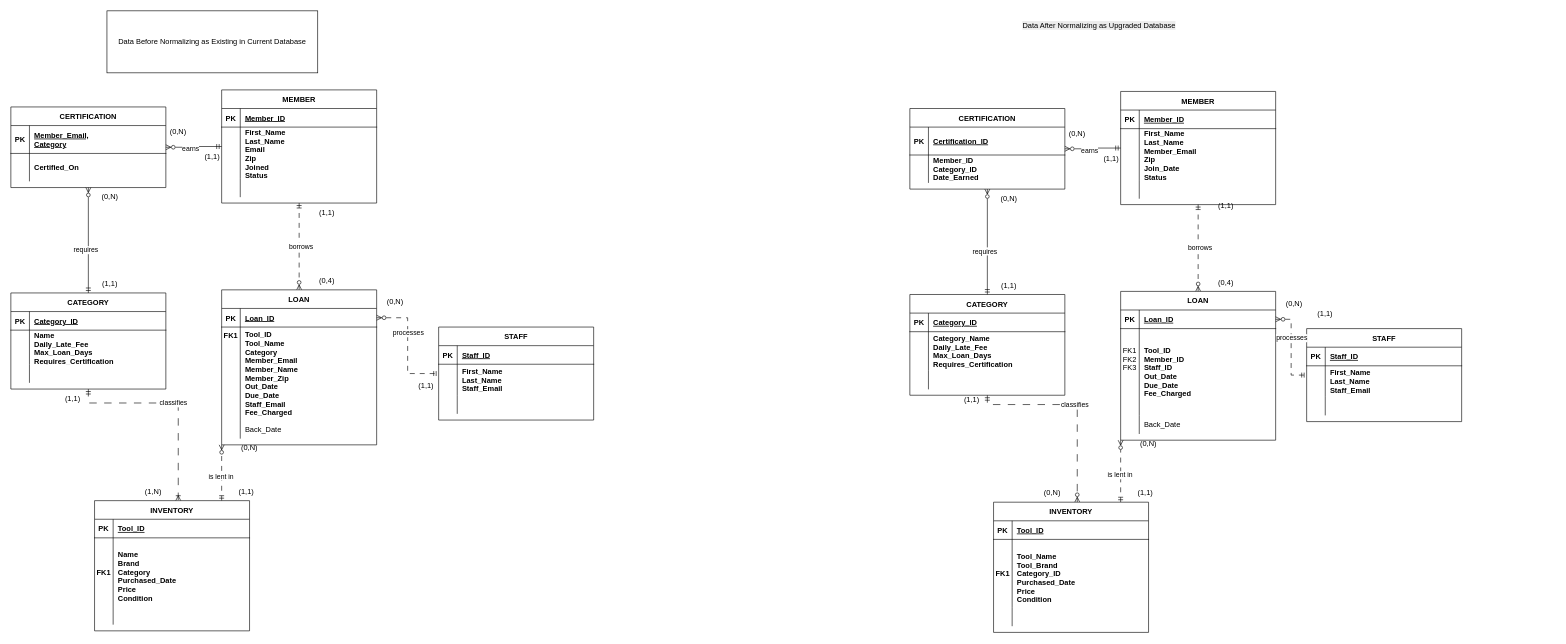
This is er_diagram.drawio from VersatileVariable/DatabaseManagementSystemsProject, a draw.io file, before an edit. Source tidied: cells renumbered, new cells numbered last; positions are measured from the earlier drawing's top-left corner, leaving out a move shared by most shapes. Both pictures are drawn from the tidied source at 62%, with x=0, y=0 at pixel (11, 11).
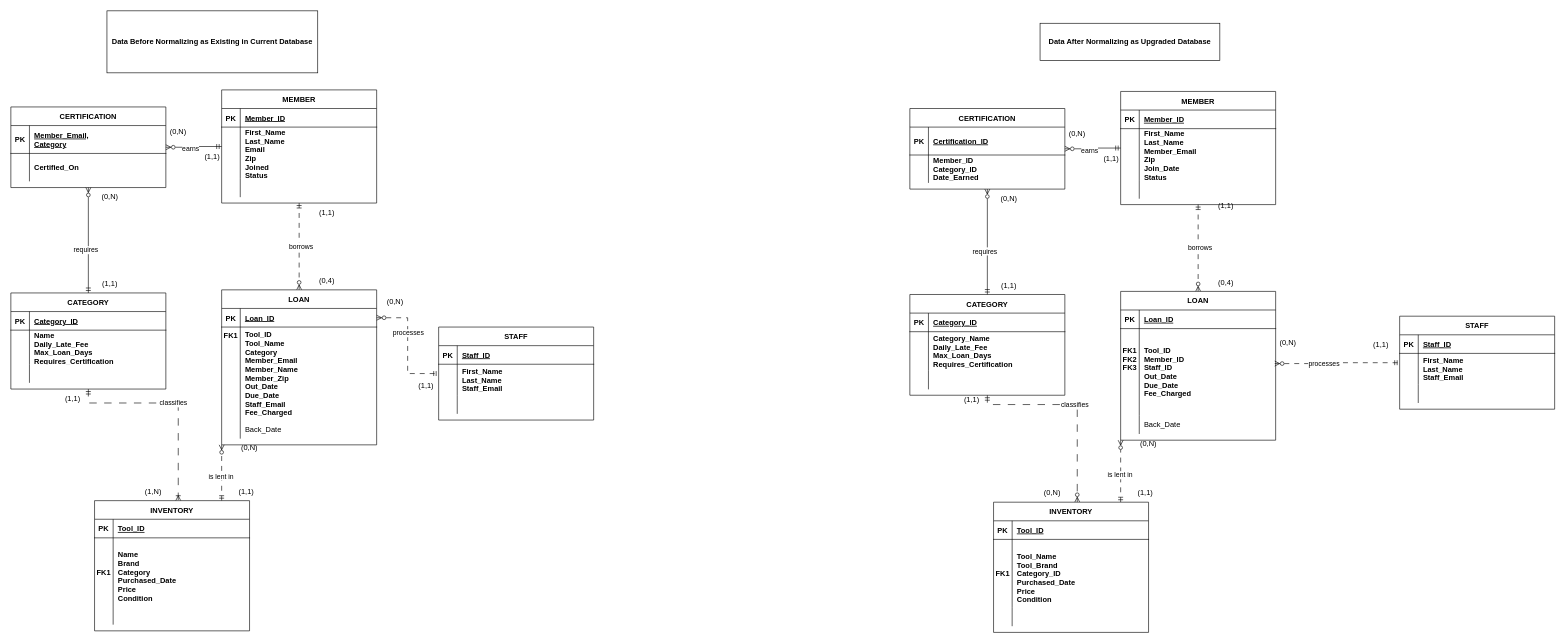
Above is the later version.

Unchanged cells that the change refers to:
```xml
<mxCell id="117" style="shape=partialRectangle;fillColor=none;points=[[0,0.5],[1,0.5]];portConstraint=eastwest;top=0;left=0;right=0;bottom=1;" parent="116" vertex="1">
  <mxGeometry y="30" width="250" height="30" as="geometry" />
</mxCell>
<mxCell id="120" style="shape=partialRectangle;fillColor=none;points=[[0,0.5],[1,0.5]];portConstraint=eastwest;top=0;left=0;right=0;bottom=0;" parent="116" vertex="1">
  <mxGeometry y="60" width="250" height="140" as="geometry" />
</mxCell>
```

What changed in the source:
```diff
@@
-    <mxCell id="121" value="FK1&#10;FK2&#10;FK3&#10;&#10;&#10;" style="shape=partialRectangle;overflow=hidden;fillColor=none;top=0;left=0;bottom=0;right=0;" parent="120" vertex="1">
+    <mxCell id="121" value="FK1&#10;FK2&#10;FK3&#10;&#10;&#10;" style="shape=partialRectangle;overflow=hidden;fillColor=none;top=0;left=0;bottom=0;right=0;fontStyle=1;" parent="120" vertex="1">
       <mxGeometry width="30" height="140" as="geometry" />
     </mxCell>
@@
     <mxCell id="138" value="STAFF" style="shape=table;startSize=30;childLayout=tableLayout;rowLines=0;fontStyle=1;align=center;" parent="1" vertex="1">
-      <mxGeometry x="2090" y="512.5" width="250" height="150" as="geometry" />
+      <mxGeometry x="2240" y="492.5" width="250" height="150" as="geometry" />
     </mxCell>
@@
-    <mxCell id="150" style="edgeStyle=orthogonalEdgeStyle;rounded=0;jettySize=auto;html=1;endArrow=ERmandOne;endFill=0;startArrow=ERzeroToMany;startFill=0;dashed=1;dashPattern=8 8;" parent="1" edge="1" source="117" target="138">
+    <mxCell id="150" style="edgeStyle=orthogonalEdgeStyle;rounded=0;jettySize=auto;html=1;endArrow=ERmandOne;endFill=0;startArrow=ERzeroToMany;startFill=0;dashed=1;dashPattern=8 8;exitX=0.994;exitY=0.403;exitDx=0;exitDy=0;exitPerimeter=0;" parent="1" edge="1" source="120" target="138">
       <mxGeometry relative="1" as="geometry" />
     </mxCell>
@@
     <mxCell id="154" value="(1,1)" style="text;html=1;whiteSpace=wrap;strokeColor=none;fillColor=none;align=center;verticalAlign=middle;rounded=0;" parent="1" vertex="1">
-      <mxGeometry x="2090" y="472.5" width="60" height="30" as="geometry" />
+      <mxGeometry x="2180" y="523.8" width="60" height="30" as="geometry" />
     </mxCell>
@@
     <mxCell id="158" value="(0,N)" style="text;html=1;whiteSpace=wrap;strokeColor=none;fillColor=none;align=center;verticalAlign=middle;rounded=0;" parent="1" vertex="1">
-      <mxGeometry x="2040" y="456.5" width="60" height="30" as="geometry" />
+      <mxGeometry x="2030" y="520" width="60" height="30" as="geometry" />
     </mxCell>
@@
-    <mxCell id="164" value="Data Before Normalizing as Existing in Current Database" style="rounded=0;whiteSpace=wrap;html=1;" parent="1" vertex="1">
+    <mxCell id="164" value="Data Before Normalizing as Existing in Current Database" style="rounded=0;whiteSpace=wrap;html=1;fontStyle=1;" parent="1" vertex="1">
       <mxGeometry x="155" width="340" height="100" as="geometry" />
     </mxCell>
-    <mxCell id="165" value="&lt;span style=&quot;color: rgb(0, 0, 0); font-family: Helvetica; font-size: 12px; font-style: normal; font-variant-ligatures: normal; font-variant-caps: normal; font-weight: 400; letter-spacing: normal; orphans: 2; text-align: center; text-indent: 0px; text-transform: none; widows: 2; word-spacing: 0px; -webkit-text-stroke-width: 0px; white-space: normal; background-color: rgb(236, 236, 236); text-decoration-thickness: initial; text-decoration-style: initial; text-decoration-color: initial; float: none; display: inline !important;&quot;&gt;Data After Normalizing as Upgraded Database&lt;/span&gt;" style="text;whiteSpace=wrap;html=1;" parent="1" vertex="1">
-      <mxGeometry x="1630" y="10" width="340" height="40" as="geometry" />
+    <mxCell id="165" value="&lt;span style=&quot;font-weight: 700;&quot;&gt;Data After Normalizing as Upgraded Database&lt;/span&gt;" style="rounded=0;whiteSpace=wrap;html=1;" parent="1" vertex="1">
+      <mxGeometry x="1660" y="20" width="290" height="60" as="geometry" />
     </mxCell>
```
